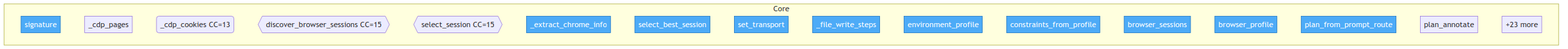
if-uri/urirun-connector-twin keeps this Mermaid diagram as project/flow.png. Above is the earlier version. Its source is kept beside it as project/flow.mmd.
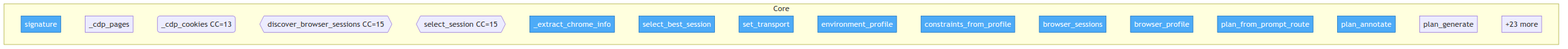
Above is the later version.

Diff of the diagram source:
```diff
@@ -11,14 +11,14 @@
         urirun_connector_twin__browser___extract_chrome_info["_extract_chrome_info"]
         urirun_connector_twin__browser__select_best_session["select_best_session"]
         urirun_connector_twin__dispatch__set_transport["set_transport"]
-        urirun_connector_twin__prompt_plan___file_write_steps["_file_write_steps"]
         urirun_connector_twin__core__environment_profile["environment_profile"]
         urirun_connector_twin__core__constraints_from_profile["constraints_from_profile"]
         urirun_connector_twin__core__browser_sessions["browser_sessions"]
         urirun_connector_twin__core__browser_profile["browser_profile"]
         urirun_connector_twin__core__plan_from_prompt_route["plan_from_prompt_route"]
         urirun_connector_twin__core__plan_annotate["plan_annotate"]
+        urirun_connector_twin__core__plan_generate["plan_generate"]
         ...["+23 more"]
     end
 
-    class urirun_connector_twin__sandbox__Scenario__signature,urirun_connector_twin__browser___extract_chrome_info,urirun_connector_twin__browser__select_best_session,urirun_connector_twin__dispatch__set_transport,urirun_connector_twin__prompt_plan___file_write_steps,urirun_connector_twin__core__environment_profile,urirun_connector_twin__core__constraints_from_profile,urirun_connector_twin__core__browser_sessions,urirun_connector_twin__core__browser_profile,urirun_connector_twin__core__plan_from_prompt_route entry
+    class urirun_connector_twin__sandbox__Scenario__signature,urirun_connector_twin__browser___extract_chrome_info,urirun_connector_twin__browser__select_best_session,urirun_connector_twin__dispatch__set_transport,urirun_connector_twin__core__environment_profile,urirun_connector_twin__core__constraints_from_profile,urirun_connector_twin__core__browser_sessions,urirun_connector_twin__core__browser_profile,urirun_connector_twin__core__plan_from_prompt_route,urirun_connector_twin__core__plan_annotate entry
```
